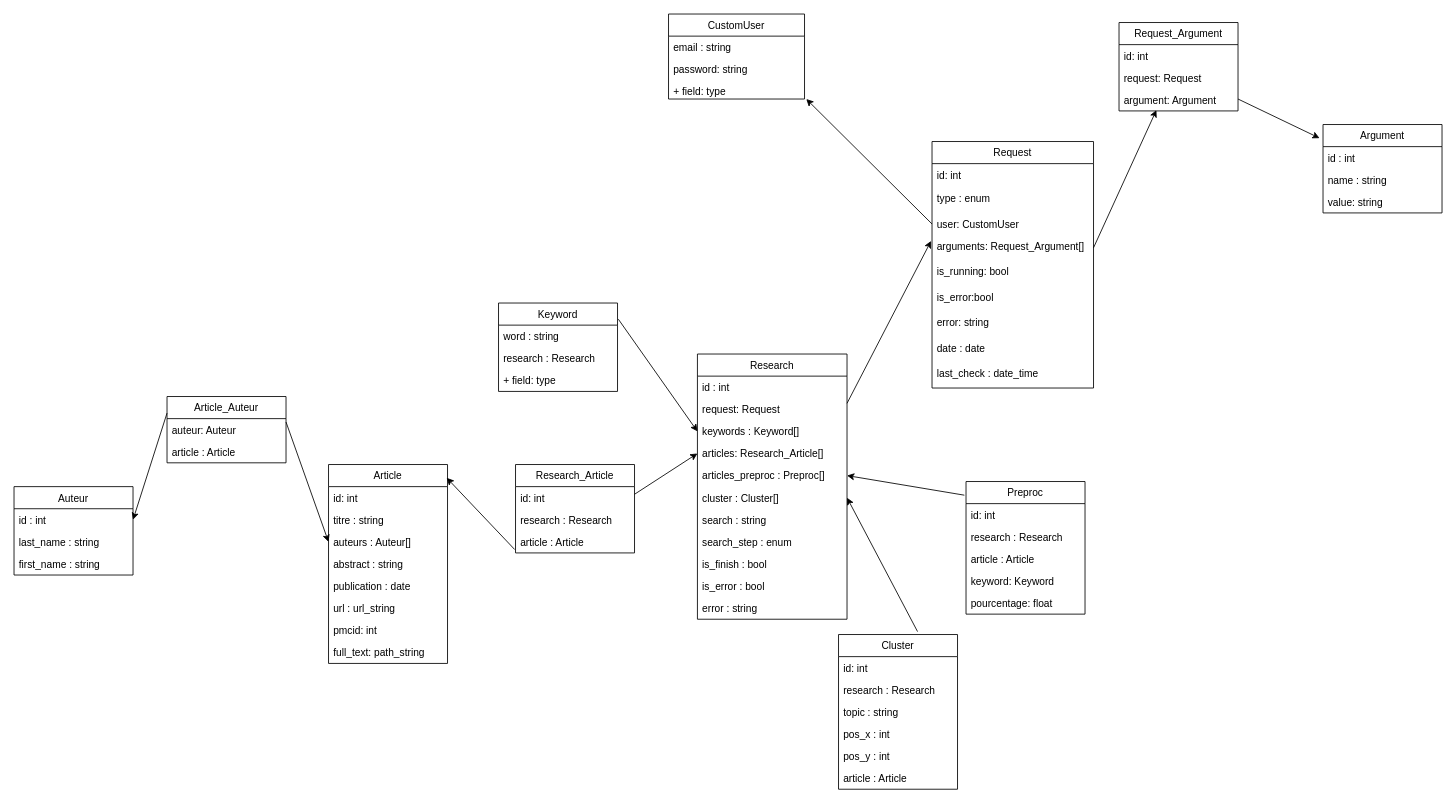
Before: documents/Database/TableSQL.drawio in khptif/systematic-review-topic, a draw.io diagram. Source tidied: cells renumbered, new cells numbered last; positions are measured from the earlier drawing's top-left corner, leaving out a move shared by most shapes. Both pictures are drawn from the tidied source at 85%, with x=0, y=0 at pixel (14, 14).
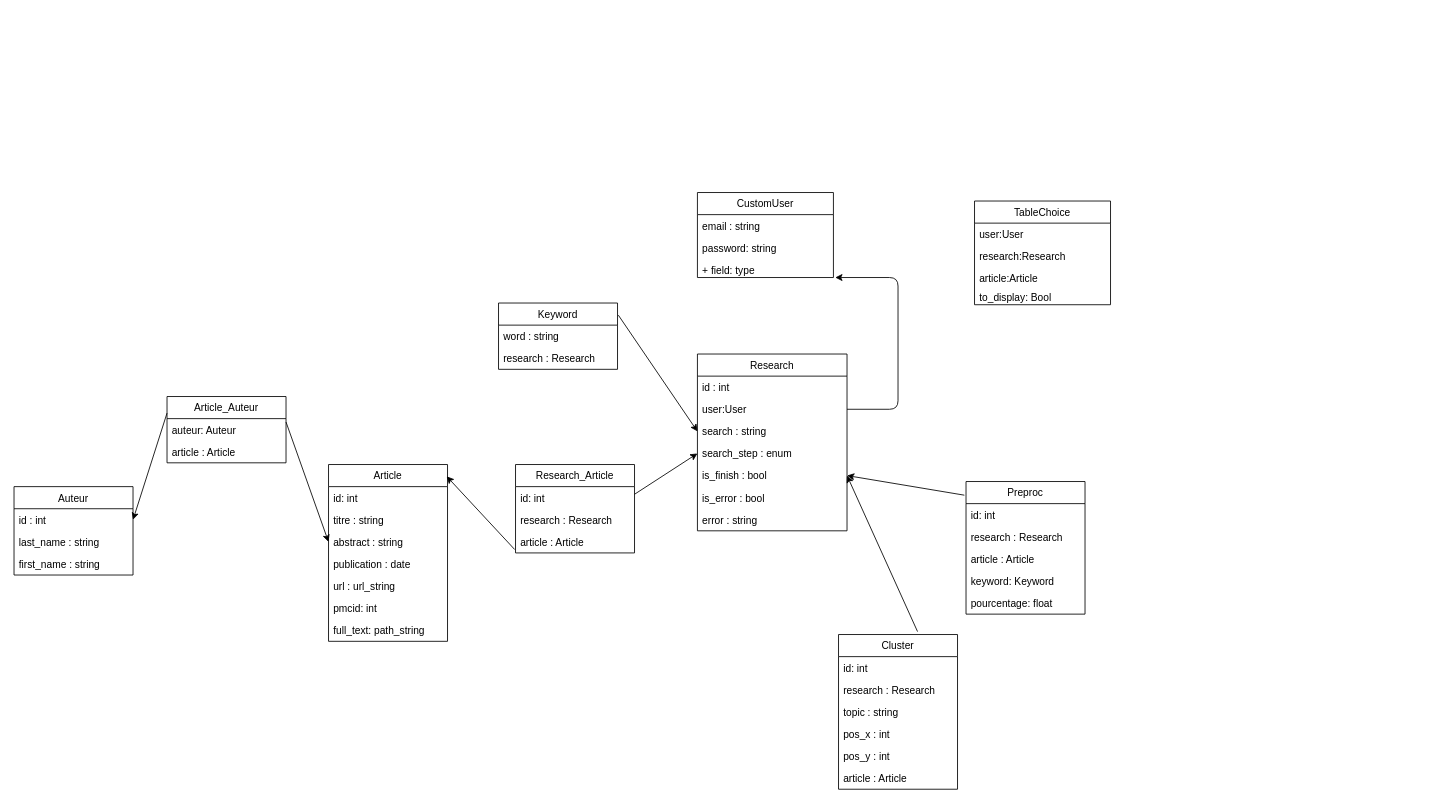
After the change.

Unchanged cells that the change refers to:
```xml
<mxCell id="5" value="+ field: type" style="text;strokeColor=none;fillColor=none;align=left;verticalAlign=top;spacingLeft=4;spacingRight=4;overflow=hidden;points=[[0,0.5],[1,0.5]];portConstraint=eastwest;" parent="2" vertex="1">
  <mxGeometry y="78" width="160" height="22" as="geometry" />
</mxCell>
<mxCell id="59" value="Preproc" style="swimlane;fontStyle=0;horizontal=1;startSize=26;fillColor=none;" parent="1" vertex="1">
  <mxGeometry x="1120" y="550" width="140" height="156" as="geometry" />
</mxCell>
<mxCell id="67" value="Cluster" style="swimlane;fontStyle=0;horizontal=1;startSize=26;fillColor=none;" parent="1" vertex="1">
  <mxGeometry x="970" y="730" width="140" height="182" as="geometry" />
</mxCell>
<mxCell id="80" value="auteur: Auteur" style="text;strokeColor=none;fillColor=none;align=left;verticalAlign=top;spacingLeft=4;spacingRight=4;overflow=hidden;points=[[0,0.5],[1,0.5]];portConstraint=eastwest;" parent="79" vertex="1">
  <mxGeometry y="26" width="140" height="26" as="geometry" />
</mxCell>
```

The edit, as a diff of the source:
```diff
@@
     <mxCell id="2" value="CustomUser" style="swimlane;fontStyle=0;horizontal=1;startSize=26;fillColor=none;" parent="1" vertex="1">
-      <mxGeometry x="770" width="160" height="100" as="geometry" />
+      <mxGeometry x="804" y="210" width="160" height="100" as="geometry" />
     </mxCell>
@@
-    <mxCell id="6" value="Request" style="swimlane;fontStyle=0;horizontal=1;startSize=26;fillColor=none;" parent="1" vertex="1">
-      <mxGeometry x="1080" y="150" width="190" height="290" as="geometry" />
-    </mxCell>
-    <mxCell id="7" value="id: int" style="text;strokeColor=none;fillColor=none;align=left;verticalAlign=top;spacingLeft=4;spacingRight=4;overflow=hidden;" parent="6" vertex="1">
-      <mxGeometry y="26" width="190" height="28" as="geometry" />
-    </mxCell>
-    <mxCell id="8" value="type : enum" style="text;strokeColor=none;fillColor=none;align=left;verticalAlign=top;spacingLeft=4;spacingRight=4;overflow=hidden;" parent="6" vertex="1">
-      <mxGeometry y="54" width="190" height="30" as="geometry" />
-    </mxCell>
-    <mxCell id="9" value="user: CustomUser" style="text;strokeColor=none;fillColor=none;align=left;verticalAlign=top;spacingLeft=4;spacingRight=4;overflow=hidden;points=[[0,0.5],[1,0.5]];portConstraint=eastwest;" parent="6" vertex="1">
-      <mxGeometry y="84" width="190" height="26" as="geometry" />
-    </mxCell>
-    <mxCell id="10" value="arguments: Request_Argument[]" style="text;strokeColor=none;fillColor=none;align=left;verticalAlign=top;spacingLeft=4;spacingRight=4;overflow=hidden;points=[[0,0.5],[1,0.5]];portConstraint=eastwest;" parent="6" vertex="1">
-      <mxGeometry y="110" width="190" height="30" as="geometry" />
-    </mxCell>
-    <mxCell id="11" value="is_running: bool" style="text;strokeColor=none;fillColor=none;align=left;verticalAlign=top;spacingLeft=4;spacingRight=4;overflow=hidden;" parent="6" vertex="1">
-      <mxGeometry y="140" width="190" height="30" as="geometry" />
-    </mxCell>
-    <mxCell id="12" value="is_error:bool" style="text;strokeColor=none;fillColor=none;align=left;verticalAlign=top;spacingLeft=4;spacingRight=4;overflow=hidden;" parent="6" vertex="1">
-      <mxGeometry y="170" width="190" height="30" as="geometry" />
-    </mxCell>
-    <mxCell id="13" value="error: string" style="text;strokeColor=none;fillColor=none;align=left;verticalAlign=top;spacingLeft=4;spacingRight=4;overflow=hidden;" parent="6" vertex="1">
-      <mxGeometry y="200" width="190" height="30" as="geometry" />
-    </mxCell>
-    <mxCell id="14" value="date : date" style="text;strokeColor=none;fillColor=none;align=left;verticalAlign=top;spacingLeft=4;spacingRight=4;overflow=hidden;" parent="6" vertex="1">
-      <mxGeometry y="230" width="190" height="30" as="geometry" />
-    </mxCell>
-    <mxCell id="15" value="last_check : date_time" style="text;strokeColor=none;fillColor=none;align=left;verticalAlign=top;spacingLeft=4;spacingRight=4;overflow=hidden;" parent="6" vertex="1">
-      <mxGeometry y="260" width="190" height="30" as="geometry" />
-    </mxCell>
-    <mxCell id="16" style="endArrow=classic;html=1;exitX=0;exitY=0.5;exitDx=0;exitDy=0;entryX=1.013;entryY=1;entryDx=0;entryDy=0;entryPerimeter=0;" parent="1" edge="1" source="9" target="5">
-      <mxGeometry relative="1" as="geometry" />
+    <mxCell id="16" style="endArrow=classic;html=1;exitX=1;exitY=0.5;exitDx=0;exitDy=0;entryX=1.013;entryY=1;entryDx=0;entryDy=0;entryPerimeter=0;" parent="1" edge="1" source="29" target="5">
+      <mxGeometry relative="1" as="geometry">
+        <Array as="points">
+          <mxPoint x="1040" y="465" />
+          <mxPoint x="1040" y="310" />
+        </Array>
+      </mxGeometry>
     </mxCell>
-    <mxCell id="17" value="Argument" style="swimlane;fontStyle=0;horizontal=1;startSize=26;fillColor=none;" parent="1" vertex="1">
-      <mxGeometry x="1540" y="130" width="140" height="104" as="geometry" />
-    </mxCell>
-    <mxCell id="18" value="id : int" style="text;strokeColor=none;fillColor=none;align=left;verticalAlign=top;spacingLeft=4;spacingRight=4;overflow=hidden;" parent="17" vertex="1">
-      <mxGeometry y="26" width="140" height="26" as="geometry" />
-    </mxCell>
-    <mxCell id="19" value="name : string" style="text;strokeColor=none;fillColor=none;align=left;verticalAlign=top;spacingLeft=4;spacingRight=4;overflow=hidden;" parent="17" vertex="1">
-      <mxGeometry y="52" width="140" height="26" as="geometry" />
-    </mxCell>
-    <mxCell id="20" value="value: string" style="text;strokeColor=none;fillColor=none;align=left;verticalAlign=top;spacingLeft=4;spacingRight=4;overflow=hidden;" parent="17" vertex="1">
-      <mxGeometry y="78" width="140" height="26" as="geometry" />
-    </mxCell>
-    <mxCell id="21" value="Request_Argument" style="swimlane;fontStyle=0;horizontal=1;startSize=26;fillColor=none;" parent="1" vertex="1">
-      <mxGeometry x="1300" y="10" width="140" height="104" as="geometry" />
-    </mxCell>
-    <mxCell id="22" value="id: int" style="text;strokeColor=none;fillColor=none;align=left;verticalAlign=top;spacingLeft=4;spacingRight=4;overflow=hidden;" parent="21" vertex="1">
-      <mxGeometry y="26" width="140" height="26" as="geometry" />
-    </mxCell>
-    <mxCell id="23" value="request: Request" style="text;strokeColor=none;fillColor=none;align=left;verticalAlign=top;spacingLeft=4;spacingRight=4;overflow=hidden;" parent="21" vertex="1">
-      <mxGeometry y="52" width="140" height="26" as="geometry" />
-    </mxCell>
-    <mxCell id="24" value="argument: Argument" style="text;strokeColor=none;fillColor=none;align=left;verticalAlign=top;spacingLeft=4;spacingRight=4;overflow=hidden;points=[[0,0.5],[1,0.5]];portConstraint=eastwest;" parent="21" vertex="1">
-      <mxGeometry y="78" width="140" height="26" as="geometry" />
-    </mxCell>
-    <mxCell id="25" style="endArrow=classic;html=1;entryX=0.314;entryY=0.962;entryDx=0;entryDy=0;exitX=1;exitY=0.5;exitDx=0;exitDy=0;entryPerimeter=0;" parent="1" edge="1" source="10" target="24">
-      <mxGeometry relative="1" as="geometry" />
-    </mxCell>
-    <mxCell id="26" style="endArrow=classic;html=1;entryX=-0.029;entryY=0.154;entryDx=0;entryDy=0;entryPerimeter=0;" parent="1" edge="1" target="17">
-      <mxGeometry relative="1" as="geometry">
-        <mxPoint x="1440" y="100" as="sourcePoint" />
-      </mxGeometry>
-    </mxCell>
     <mxCell id="27" value="Research" style="swimlane;fontStyle=0;horizontal=1;startSize=26;fillColor=none;" parent="1" vertex="1">
-      <mxGeometry x="804" y="400" width="176" height="312" as="geometry" />
+      <mxGeometry x="804" y="400" width="176" height="208" as="geometry" />
     </mxCell>
@@
-    <mxCell id="29" value="request: Request" style="text;strokeColor=none;fillColor=none;align=left;verticalAlign=top;spacingLeft=4;spacingRight=4;overflow=hidden;points=[[0,0.5],[1,0.5]];portConstraint=eastwest;" parent="27" vertex="1">
+    <mxCell id="29" value="user:User" style="text;strokeColor=none;fillColor=none;align=left;verticalAlign=top;spacingLeft=4;spacingRight=4;overflow=hidden;points=[[0,0.5],[1,0.5]];portConstraint=eastwest;" parent="27" vertex="1">
       <mxGeometry y="52" width="176" height="26" as="geometry" />
     </mxCell>
-    <mxCell id="30" value="keywords : Keyword[]" style="text;strokeColor=none;fillColor=none;align=left;verticalAlign=top;spacingLeft=4;spacingRight=4;overflow=hidden;points=[[0,0.5],[1,0.5]];portConstraint=eastwest;" parent="27" vertex="1">
-      <mxGeometry y="78" width="176" height="26" as="geometry" />
-    </mxCell>
-    <mxCell id="31" value="articles: Research_Article[]" style="text;strokeColor=none;fillColor=none;align=left;verticalAlign=top;spacingLeft=4;spacingRight=4;overflow=hidden;points=[[0,0.5],[1,0.5]];portConstraint=eastwest;" parent="27" vertex="1">
-      <mxGeometry y="104" width="176" height="26" as="geometry" />
-    </mxCell>
-    <mxCell id="32" value="articles_preproc : Preproc[]" style="text;strokeColor=none;fillColor=none;align=left;verticalAlign=top;spacingLeft=4;spacingRight=4;overflow=hidden;points=[[0,0.5],[1,0.5]];portConstraint=eastwest;" parent="27" vertex="1">
-      <mxGeometry y="130" width="176" height="26" as="geometry" />
-    </mxCell>
-    <mxCell id="33" value="cluster : Cluster[]" style="text;strokeColor=none;fillColor=none;align=left;verticalAlign=top;spacingLeft=4;spacingRight=4;overflow=hidden;points=[[0,0.5],[1,0.5]];portConstraint=eastwest;" parent="27" vertex="1">
-      <mxGeometry y="156" width="176" height="26" as="geometry" />
-    </mxCell>
     <mxCell id="34" value="search : string" style="text;strokeColor=none;fillColor=none;align=left;verticalAlign=top;spacingLeft=4;spacingRight=4;overflow=hidden;" parent="27" vertex="1">
-      <mxGeometry y="182" width="176" height="26" as="geometry" />
+      <mxGeometry y="78" width="176" height="26" as="geometry" />
     </mxCell>
     <mxCell id="35" value="search_step : enum" style="text;strokeColor=none;fillColor=none;align=left;verticalAlign=top;spacingLeft=4;spacingRight=4;overflow=hidden;" parent="27" vertex="1">
-      <mxGeometry y="208" width="176" height="26" as="geometry" />
+      <mxGeometry y="104" width="176" height="26" as="geometry" />
     </mxCell>
     <mxCell id="36" value="is_finish : bool" style="text;strokeColor=none;fillColor=none;align=left;verticalAlign=top;spacingLeft=4;spacingRight=4;overflow=hidden;" parent="27" vertex="1">
-      <mxGeometry y="234" width="176" height="26" as="geometry" />
+      <mxGeometry y="130" width="176" height="26" as="geometry" />
     </mxCell>
     <mxCell id="37" value="is_error : bool" style="text;strokeColor=none;fillColor=none;align=left;verticalAlign=top;spacingLeft=4;spacingRight=4;overflow=hidden;" parent="27" vertex="1">
-      <mxGeometry y="260" width="176" height="26" as="geometry" />
+      <mxGeometry y="156" width="176" height="26" as="geometry" />
     </mxCell>
     <mxCell id="38" value="error : string" style="text;strokeColor=none;fillColor=none;align=left;verticalAlign=top;spacingLeft=4;spacingRight=4;overflow=hidden;" parent="27" vertex="1">
-      <mxGeometry y="286" width="176" height="26" as="geometry" />
+      <mxGeometry y="182" width="176" height="26" as="geometry" />
     </mxCell>
-    <mxCell id="39" style="endArrow=classic;html=1;exitX=1;exitY=0.231;exitDx=0;exitDy=0;exitPerimeter=0;entryX=-0.006;entryY=0.233;entryDx=0;entryDy=0;entryPerimeter=0;" parent="1" edge="1" source="29" target="10">
-      <mxGeometry relative="1" as="geometry" />
-    </mxCell>
     <mxCell id="40" value="Keyword" style="swimlane;fontStyle=0;horizontal=1;startSize=26;fillColor=none;" parent="1" vertex="1">
-      <mxGeometry x="570" y="340" width="140" height="104" as="geometry" />
+      <mxGeometry x="570" y="340" width="140" height="78" as="geometry" />
     </mxCell>
@@
-    <mxCell id="43" value="+ field: type" style="text;strokeColor=none;fillColor=none;align=left;verticalAlign=top;spacingLeft=4;spacingRight=4;overflow=hidden;" parent="40" vertex="1">
-      <mxGeometry y="78" width="140" height="26" as="geometry" />
-    </mxCell>
-    <mxCell id="44" style="endArrow=classic;html=1;exitX=1.007;exitY=0.183;exitDx=0;exitDy=0;exitPerimeter=0;entryX=0;entryY=0.5;entryDx=0;entryDy=0;" parent="1" edge="1" source="40" target="30">
-      <mxGeometry relative="1" as="geometry" />
+    <mxCell id="44" style="endArrow=classic;html=1;exitX=1.007;exitY=0.183;exitDx=0;exitDy=0;exitPerimeter=0;entryX=0;entryY=0.5;entryDx=0;entryDy=0;" parent="1" edge="1" source="40">
+      <mxGeometry relative="1" as="geometry">
+        <mxPoint x="804" y="491" as="targetPoint" />
+      </mxGeometry>
     </mxCell>
     <mxCell id="45" value="Article" style="swimlane;fontStyle=0;horizontal=1;startSize=26;fillColor=none;" parent="1" vertex="1">
-      <mxGeometry x="370" y="530" width="140" height="234" as="geometry" />
+      <mxGeometry x="370" y="530" width="140" height="208" as="geometry" />
     </mxCell>
@@
-    <mxCell id="48" value="auteurs : Auteur[]" style="text;strokeColor=none;fillColor=none;align=left;verticalAlign=top;spacingLeft=4;spacingRight=4;overflow=hidden;points=[[0,0.5],[1,0.5]];portConstraint=eastwest;" parent="45" vertex="1">
-      <mxGeometry y="78" width="140" height="26" as="geometry" />
-    </mxCell>
     <mxCell id="49" value="abstract : string" style="text;strokeColor=none;fillColor=none;align=left;verticalAlign=top;spacingLeft=4;spacingRight=4;overflow=hidden;" parent="45" vertex="1">
-      <mxGeometry y="104" width="140" height="26" as="geometry" />
+      <mxGeometry y="78" width="140" height="26" as="geometry" />
     </mxCell>
     <mxCell id="50" value="publication : date" style="text;strokeColor=none;fillColor=none;align=left;verticalAlign=top;spacingLeft=4;spacingRight=4;overflow=hidden;" parent="45" vertex="1">
-      <mxGeometry y="130" width="140" height="26" as="geometry" />
+      <mxGeometry y="104" width="140" height="26" as="geometry" />
     </mxCell>
     <mxCell id="51" value="url : url_string" style="text;strokeColor=none;fillColor=none;align=left;verticalAlign=top;spacingLeft=4;spacingRight=4;overflow=hidden;" parent="45" vertex="1">
-      <mxGeometry y="156" width="140" height="26" as="geometry" />
+      <mxGeometry y="130" width="140" height="26" as="geometry" />
     </mxCell>
     <mxCell id="52" value="pmcid: int" style="text;strokeColor=none;fillColor=none;align=left;verticalAlign=top;spacingLeft=4;spacingRight=4;overflow=hidden;" parent="45" vertex="1">
-      <mxGeometry y="182" width="140" height="26" as="geometry" />
+      <mxGeometry y="156" width="140" height="26" as="geometry" />
     </mxCell>
     <mxCell id="53" value="full_text: path_string" style="text;strokeColor=none;fillColor=none;align=left;verticalAlign=top;spacingLeft=4;spacingRight=4;overflow=hidden;" parent="45" vertex="1">
-      <mxGeometry y="208" width="140" height="26" as="geometry" />
+      <mxGeometry y="182" width="140" height="26" as="geometry" />
     </mxCell>
@@
-    <mxCell id="65" style="endArrow=classic;html=1;exitX=-0.014;exitY=0.103;exitDx=0;exitDy=0;exitPerimeter=0;entryX=1;entryY=0.5;entryDx=0;entryDy=0;" parent="1" edge="1" source="59" target="32">
-      <mxGeometry relative="1" as="geometry" />
+    <mxCell id="65" style="endArrow=classic;html=1;exitX=-0.014;exitY=0.103;exitDx=0;exitDy=0;exitPerimeter=0;entryX=1;entryY=0.5;entryDx=0;entryDy=0;" parent="1" edge="1" source="59">
+      <mxGeometry relative="1" as="geometry">
+        <mxPoint x="980" y="543" as="targetPoint" />
+      </mxGeometry>
     </mxCell>
-    <mxCell id="66" style="endArrow=classic;html=1;entryX=0;entryY=0.5;entryDx=0;entryDy=0;" parent="1" edge="1" target="31">
+    <mxCell id="66" style="endArrow=classic;html=1;entryX=0;entryY=0.5;entryDx=0;entryDy=0;" parent="1" edge="1">
       <mxGeometry relative="1" as="geometry">
         <mxPoint x="730" y="565" as="sourcePoint" />
+        <mxPoint x="804" y="517" as="targetPoint" />
       </mxGeometry>
     </mxCell>
@@
-    <mxCell id="74" style="endArrow=classic;html=1;exitX=0.664;exitY=-0.019;exitDx=0;exitDy=0;exitPerimeter=0;entryX=1;entryY=0.5;entryDx=0;entryDy=0;" parent="1" edge="1" source="67" target="33">
-      <mxGeometry relative="1" as="geometry" />
+    <mxCell id="74" style="endArrow=classic;html=1;exitX=0.664;exitY=-0.019;exitDx=0;exitDy=0;exitPerimeter=0;entryX=1;entryY=0.5;entryDx=0;entryDy=0;" parent="1" edge="1" source="67">
+      <mxGeometry relative="1" as="geometry">
+        <mxPoint x="980" y="543" as="targetPoint" />
+      </mxGeometry>
     </mxCell>
@@
-    <mxCell id="82" style="endArrow=classic;html=1;exitX=1;exitY=0.154;exitDx=0;exitDy=0;exitPerimeter=0;entryX=0;entryY=0.5;entryDx=0;entryDy=0;" parent="1" edge="1" source="80" target="48">
-      <mxGeometry relative="1" as="geometry" />
+    <mxCell id="82" style="endArrow=classic;html=1;exitX=1;exitY=0.154;exitDx=0;exitDy=0;exitPerimeter=0;entryX=0;entryY=0.5;entryDx=0;entryDy=0;" parent="1" edge="1" source="80">
+      <mxGeometry relative="1" as="geometry">
+        <mxPoint x="370" y="621" as="targetPoint" />
+      </mxGeometry>
     </mxCell>
@@
+    <mxCell id="84" value="TableChoice" style="swimlane;fontStyle=0;horizontal=1;startSize=26;fillColor=none;" parent="1" vertex="1">
+      <mxGeometry x="1130" y="220" width="160" height="122" as="geometry" />
+    </mxCell>
+    <mxCell id="85" value="user:User" style="text;strokeColor=none;fillColor=none;align=left;verticalAlign=top;spacingLeft=4;spacingRight=4;overflow=hidden;" parent="84" vertex="1">
+      <mxGeometry y="26" width="160" height="26" as="geometry" />
+    </mxCell>
+    <mxCell id="86" value="research:Research" style="text;strokeColor=none;fillColor=none;align=left;verticalAlign=top;spacingLeft=4;spacingRight=4;overflow=hidden;" parent="84" vertex="1">
+      <mxGeometry y="52" width="160" height="26" as="geometry" />
+    </mxCell>
+    <mxCell id="87" value="article:Article" style="text;strokeColor=none;fillColor=none;align=left;verticalAlign=top;spacingLeft=4;spacingRight=4;overflow=hidden;" parent="84" vertex="1">
+      <mxGeometry y="78" width="160" height="22" as="geometry" />
+    </mxCell>
+    <mxCell id="88" value="to_display: Bool" style="text;strokeColor=none;fillColor=none;align=left;verticalAlign=top;spacingLeft=4;spacingRight=4;overflow=hidden;" parent="84" vertex="1">
+      <mxGeometry y="100" width="160" height="22" as="geometry" />
+    </mxCell>
```
